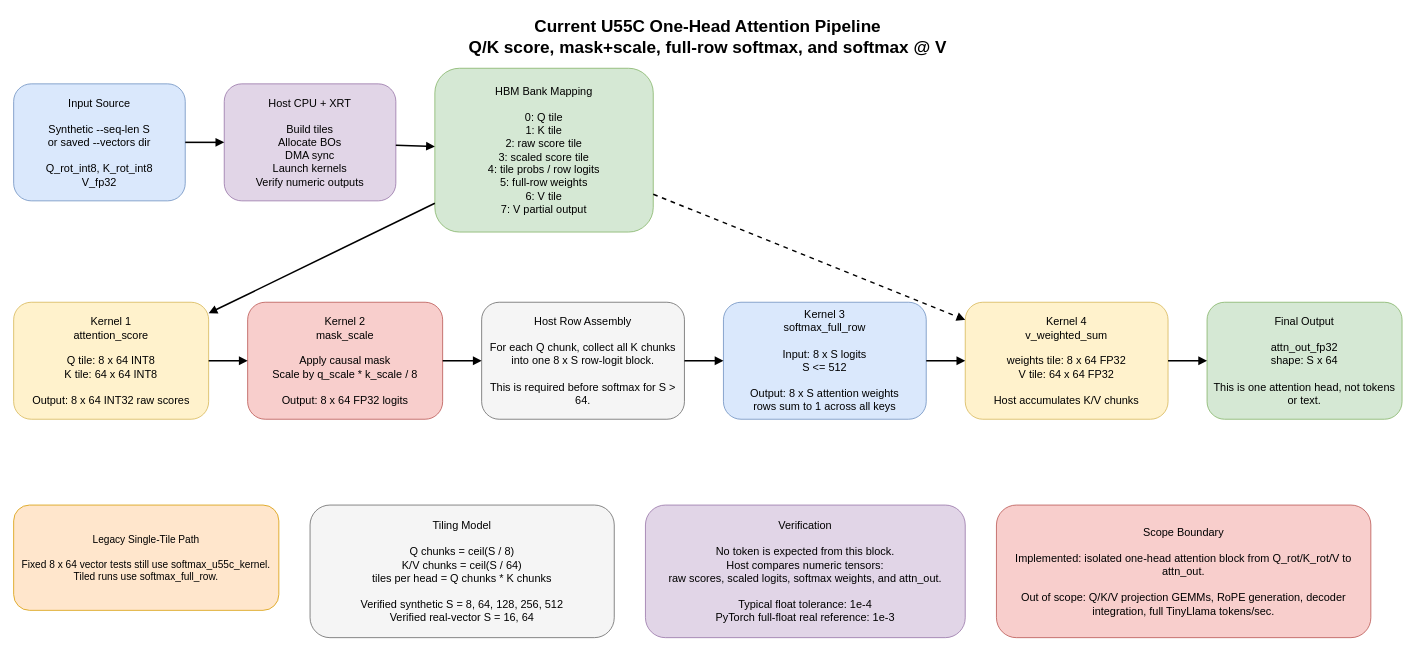
Earlier version of the draw.io diagram docs/attention_architecture.drawio (omsheladia/attention_score_u55c). Source tidied: cells renumbered, new cells numbered last; positions are measured from the earlier drawing's top-left corner, leaving out a move shared by most shapes. Both pictures are drawn from the tidied source at 78%, with x=0, y=0 at pixel (13, 13).
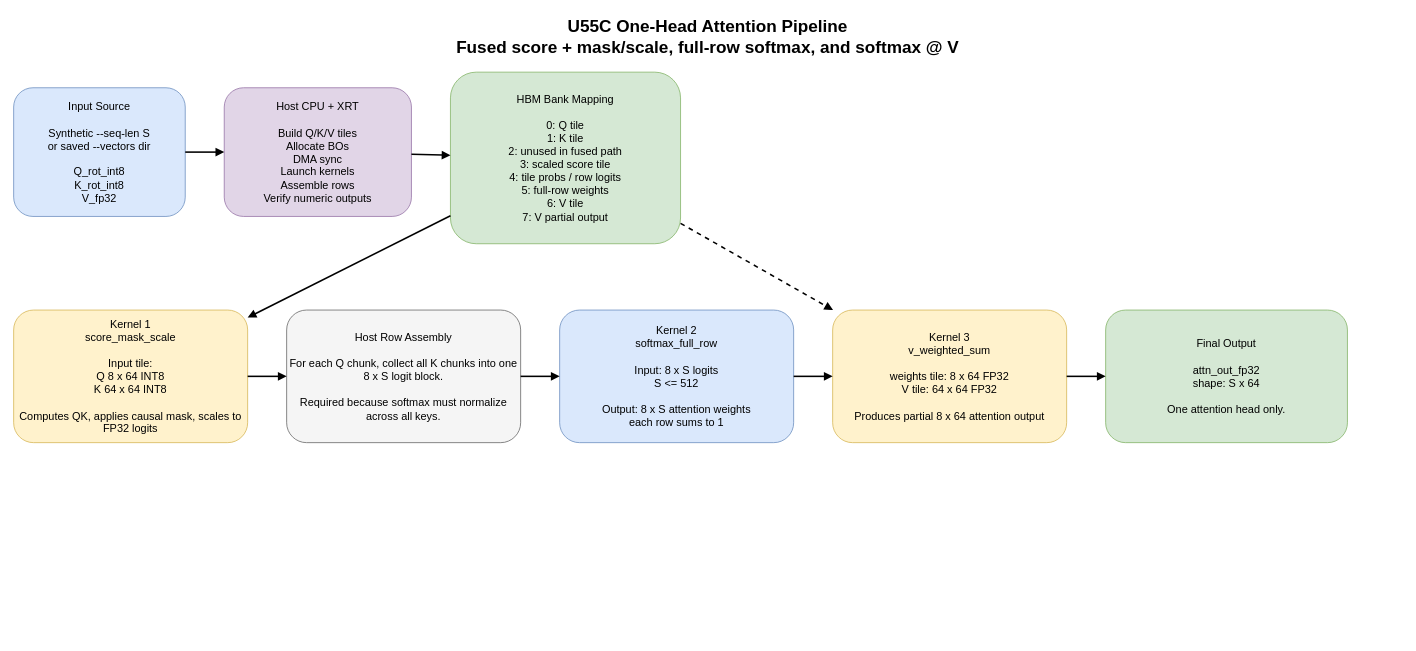
The same page after the edit.

Commit message (it also covers changes not shown here):
hls(v_weighted_sum): add multik kernel with on-chip V accumulator

Diff of the diagram source:
```diff
@@
-    <mxCell id="2" value="Current U55C One-Head Attention Pipeline&lt;br&gt;Q/K score, mask+scale, full-row softmax, and softmax @ V" style="rounded=0;whiteSpace=wrap;html=1;strokeColor=none;fillColor=none;fontSize=22;fontStyle=1;align=center;" parent="1" vertex="1">
+    <mxCell id="2" value="U55C One-Head Attention Pipeline&lt;br&gt;Fused score + mask/scale, full-row softmax, and softmax @ V" style="rounded=0;whiteSpace=wrap;html=1;strokeColor=none;fillColor=none;fontSize=22;fontStyle=1;align=center;" parent="1" vertex="1">
       <mxGeometry width="1780" height="60" as="geometry" />
     </mxCell>
-    <mxCell id="3" value="Input Source&lt;br&gt;&lt;br&gt;Synthetic --seq-len S&lt;br&gt;or saved --vectors dir&lt;br&gt;&lt;br&gt;Q_rot_int8, K_rot_int8&lt;br&gt;V_fp32" style="rounded=1;whiteSpace=wrap;html=1;fillColor=#dae8fc;strokeColor=#6c8ebf;fontSize=14;" parent="1" vertex="1">
-      <mxGeometry y="90" width="220" height="150" as="geometry" />
+    <mxCell id="3" value="Input Source&lt;br&gt;&lt;br&gt;Synthetic --seq-len S&lt;br&gt;or saved --vectors dir&lt;br&gt;&lt;br&gt;Q_rot_int8&lt;br&gt;K_rot_int8&lt;br&gt;V_fp32" style="rounded=1;whiteSpace=wrap;html=1;fillColor=#dae8fc;strokeColor=#6c8ebf;fontSize=14;" parent="1" vertex="1">
+      <mxGeometry y="95" width="220" height="165" as="geometry" />
     </mxCell>
-    <mxCell id="4" value="Host CPU + XRT&lt;br&gt;&lt;br&gt;Build tiles&lt;br&gt;Allocate BOs&lt;br&gt;DMA sync&lt;br&gt;Launch kernels&lt;br&gt;Verify numeric outputs" style="rounded=1;whiteSpace=wrap;html=1;fillColor=#e1d5e7;strokeColor=#9673a6;fontSize=14;" parent="1" vertex="1">
-      <mxGeometry x="270" y="90" width="220" height="150" as="geometry" />
+    <mxCell id="4" value="Host CPU + XRT&lt;br&gt;&lt;br&gt;Build Q/K/V tiles&lt;br&gt;Allocate BOs&lt;br&gt;DMA sync&lt;br&gt;Launch kernels&lt;br&gt;Assemble rows&lt;br&gt;Verify numeric outputs" style="rounded=1;whiteSpace=wrap;html=1;fillColor=#e1d5e7;strokeColor=#9673a6;fontSize=14;" parent="1" vertex="1">
+      <mxGeometry x="270" y="95" width="240" height="165" as="geometry" />
     </mxCell>
-    <mxCell id="5" value="HBM Bank Mapping&lt;br&gt;&lt;br&gt;0: Q tile&lt;br&gt;1: K tile&lt;br&gt;2: raw score tile&lt;br&gt;3: scaled score tile&lt;br&gt;4: tile probs / row logits&lt;br&gt;5: full-row weights&lt;br&gt;6: V tile&lt;br&gt;7: V partial output" style="rounded=1;whiteSpace=wrap;html=1;fillColor=#d5e8d4;strokeColor=#82b366;fontSize=14;" parent="1" vertex="1">
-      <mxGeometry x="540" y="70" width="280" height="210" as="geometry" />
+    <mxCell id="5" value="HBM Bank Mapping&lt;br&gt;&lt;br&gt;0: Q tile&lt;br&gt;1: K tile&lt;br&gt;2: unused in fused path&lt;br&gt;3: scaled score tile&lt;br&gt;4: tile probs / row logits&lt;br&gt;5: full-row weights&lt;br&gt;6: V tile&lt;br&gt;7: V partial output" style="rounded=1;whiteSpace=wrap;html=1;fillColor=#d5e8d4;strokeColor=#82b366;fontSize=14;" parent="1" vertex="1">
+      <mxGeometry x="560" y="75" width="295" height="220" as="geometry" />
     </mxCell>
-    <mxCell id="6" value="Kernel 1&lt;br&gt;attention_score&lt;br&gt;&lt;br&gt;Q tile: 8 x 64 INT8&lt;br&gt;K tile: 64 x 64 INT8&lt;br&gt;&lt;br&gt;Output: 8 x 64 INT32 raw scores" style="rounded=1;whiteSpace=wrap;html=1;fillColor=#fff2cc;strokeColor=#d6b656;fontSize=14;" parent="1" vertex="1">
-      <mxGeometry y="370" width="250" height="150" as="geometry" />
+    <mxCell id="6" value="Kernel 1&lt;br&gt;score_mask_scale&lt;br&gt;&lt;br&gt;Input tile:&lt;br&gt;Q 8 x 64 INT8&lt;br&gt;K 64 x 64 INT8&lt;br&gt;&lt;br&gt;Computes QK, applies causal mask, scales to FP32 logits" style="rounded=1;whiteSpace=wrap;html=1;fillColor=#fff2cc;strokeColor=#d6b656;fontSize=14;" parent="1" vertex="1">
+      <mxGeometry y="380" width="300" height="170" as="geometry" />
     </mxCell>
+    <mxCell id="8" value="Host Row Assembly&lt;br&gt;&lt;br&gt;For each Q chunk, collect all K chunks into one 8 x S logit block.&lt;br&gt;&lt;br&gt;Required because softmax must normalize across all keys." style="rounded=1;whiteSpace=wrap;html=1;fillColor=#f5f5f5;strokeColor=#666666;fontSize=14;" parent="1" vertex="1">
+      <mxGeometry x="350" y="380" width="300" height="170" as="geometry" />
+    </mxCell>
-    <mxCell id="7" value="Kernel 2&lt;br&gt;mask_scale&lt;br&gt;&lt;br&gt;Apply causal mask&lt;br&gt;Scale by q_scale * k_scale / 8&lt;br&gt;&lt;br&gt;Output: 8 x 64 FP32 logits" style="rounded=1;whiteSpace=wrap;html=1;fillColor=#f8cecc;strokeColor=#b85450;fontSize=14;" parent="1" vertex="1">
-      <mxGeometry x="300" y="370" width="250" height="150" as="geometry" />
+    <mxCell id="7" value="Kernel 2&lt;br&gt;softmax_full_row&lt;br&gt;&lt;br&gt;Input: 8 x S logits&lt;br&gt;S &lt;= 512&lt;br&gt;&lt;br&gt;Output: 8 x S attention weights&lt;br&gt;each row sums to 1" style="rounded=1;whiteSpace=wrap;html=1;fillColor=#dae8fc;strokeColor=#6c8ebf;fontSize=14;" parent="1" vertex="1">
+      <mxGeometry x="700" y="380" width="300" height="170" as="geometry" />
     </mxCell>
-    <mxCell id="8" value="Host Row Assembly&lt;br&gt;&lt;br&gt;For each Q chunk, collect all K chunks into one 8 x S row-logit block.&lt;br&gt;&lt;br&gt;This is required before softmax for S &gt; 64." style="rounded=1;whiteSpace=wrap;html=1;fillColor=#f5f5f5;strokeColor=#666666;fontSize=14;" parent="1" vertex="1">
-      <mxGeometry x="600" y="370" width="260" height="150" as="geometry" />
-    </mxCell>
-    <mxCell id="9" value="Kernel 3&lt;br&gt;softmax_full_row&lt;br&gt;&lt;br&gt;Input: 8 x S logits&lt;br&gt;S &lt;= 512&lt;br&gt;&lt;br&gt;Output: 8 x S attention weights&lt;br&gt;rows sum to 1 across all keys" style="rounded=1;whiteSpace=wrap;html=1;fillColor=#dae8fc;strokeColor=#6c8ebf;fontSize=14;" parent="1" vertex="1">
-      <mxGeometry x="910" y="370" width="260" height="150" as="geometry" />
+    <mxCell id="9" value="Kernel 3&lt;br&gt;v_weighted_sum&lt;br&gt;&lt;br&gt;weights tile: 8 x 64 FP32&lt;br&gt;V tile: 64 x 64 FP32&lt;br&gt;&lt;br&gt;Produces partial 8 x 64 attention output" style="rounded=1;whiteSpace=wrap;html=1;fillColor=#fff2cc;strokeColor=#d6b656;fontSize=14;" parent="1" vertex="1">
+      <mxGeometry x="1050" y="380" width="300" height="170" as="geometry" />
     </mxCell>
-    <mxCell id="10" value="Kernel 4&lt;br&gt;v_weighted_sum&lt;br&gt;&lt;br&gt;weights tile: 8 x 64 FP32&lt;br&gt;V tile: 64 x 64 FP32&lt;br&gt;&lt;br&gt;Host accumulates K/V chunks" style="rounded=1;whiteSpace=wrap;html=1;fillColor=#fff2cc;strokeColor=#d6b656;fontSize=14;" parent="1" vertex="1">
-      <mxGeometry x="1220" y="370" width="260" height="150" as="geometry" />
-    </mxCell>
-    <mxCell id="11" value="Final Output&lt;br&gt;&lt;br&gt;attn_out_fp32&lt;br&gt;shape: S x 64&lt;br&gt;&lt;br&gt;This is one attention head, not tokens or text." style="rounded=1;whiteSpace=wrap;html=1;fillColor=#d5e8d4;strokeColor=#82b366;fontSize=14;" parent="1" vertex="1">
-      <mxGeometry x="1530" y="370" width="250" height="150" as="geometry" />
+    <mxCell id="11" value="Final Output&lt;br&gt;&lt;br&gt;attn_out_fp32&lt;br&gt;shape: S x 64&lt;br&gt;&lt;br&gt;One attention head only." style="rounded=1;whiteSpace=wrap;html=1;fillColor=#d5e8d4;strokeColor=#82b366;fontSize=14;" parent="1" vertex="1">
+      <mxGeometry x="1400" y="380" width="310" height="170" as="geometry" />
     </mxCell>
-    <mxCell id="12" value="Legacy Single-Tile Path&lt;br&gt;&lt;br&gt;Fixed 8 x 64 vector tests still use softmax_u55c_kernel.&lt;br&gt;Tiled runs use softmax_full_row." style="rounded=1;whiteSpace=wrap;html=1;fillColor=#ffe6cc;strokeColor=#d79b00;fontSize=13;" parent="1" vertex="1">
-      <mxGeometry y="630" width="340" height="135" as="geometry" />
-    </mxCell>
-    <mxCell id="13" value="Tiling Model&lt;br&gt;&lt;br&gt;Q chunks = ceil(S / 8)&lt;br&gt;K/V chunks = ceil(S / 64)&lt;br&gt;tiles per head = Q chunks * K chunks&lt;br&gt;&lt;br&gt;Verified synthetic S = 8, 64, 128, 256, 512&lt;br&gt;Verified real-vector S = 16, 64" style="rounded=1;whiteSpace=wrap;html=1;fillColor=#f5f5f5;strokeColor=#666666;fontSize=14;" parent="1" vertex="1">
-      <mxGeometry x="380" y="630" width="390" height="170" as="geometry" />
-    </mxCell>
-    <mxCell id="14" value="Verification&lt;br&gt;&lt;br&gt;No token is expected from this block.&lt;br&gt;Host compares numeric tensors:&lt;br&gt;raw scores, scaled logits, softmax weights, and attn_out.&lt;br&gt;&lt;br&gt;Typical float tolerance: 1e-4&lt;br&gt;PyTorch full-float real reference: 1e-3" style="rounded=1;whiteSpace=wrap;html=1;fillColor=#e1d5e7;strokeColor=#9673a6;fontSize=14;" parent="1" vertex="1">
-      <mxGeometry x="810" y="630" width="410" height="170" as="geometry" />
-    </mxCell>
-    <mxCell id="15" value="Scope Boundary&lt;br&gt;&lt;br&gt;Implemented: isolated one-head attention block from Q_rot/K_rot/V to attn_out.&lt;br&gt;&lt;br&gt;Out of scope: Q/K/V projection GEMMs, RoPE generation, decoder integration, full TinyLlama tokens/sec." style="rounded=1;whiteSpace=wrap;html=1;fillColor=#f8cecc;strokeColor=#b85450;fontSize=14;" parent="1" vertex="1">
-      <mxGeometry x="1260" y="630" width="480" height="170" as="geometry" />
-    </mxCell>
@@
-    <mxCell id="19" style="endArrow=block;html=1;strokeWidth=2;" parent="1" edge="1" source="6" target="7">
+    <mxCell id="19" style="endArrow=block;html=1;strokeWidth=2;" parent="1" edge="1" source="6" target="8">
       <mxGeometry relative="1" as="geometry" />
     </mxCell>
-    <mxCell id="20" style="endArrow=block;html=1;strokeWidth=2;" parent="1" edge="1" source="7" target="8">
+    <mxCell id="20" style="endArrow=block;html=1;strokeWidth=2;" parent="1" edge="1" source="8" target="7">
       <mxGeometry relative="1" as="geometry" />
     </mxCell>
-    <mxCell id="21" style="endArrow=block;html=1;strokeWidth=2;" parent="1" edge="1" source="8" target="9">
+    <mxCell id="21" style="endArrow=block;html=1;strokeWidth=2;" parent="1" edge="1" source="7" target="9">
       <mxGeometry relative="1" as="geometry" />
     </mxCell>
-    <mxCell id="22" style="endArrow=block;html=1;strokeWidth=2;" parent="1" edge="1" source="9" target="10">
+    <mxCell id="22" style="endArrow=block;html=1;strokeWidth=2;" parent="1" edge="1" source="9" target="11">
       <mxGeometry relative="1" as="geometry" />
     </mxCell>
-    <mxCell id="23" style="endArrow=block;html=1;strokeWidth=2;" parent="1" edge="1" source="10" target="11">
+    <mxCell id="23" style="endArrow=block;html=1;strokeWidth=2;dashed=1;" parent="1" edge="1" source="5" target="9">
       <mxGeometry relative="1" as="geometry" />
     </mxCell>
-    <mxCell id="24" style="endArrow=block;html=1;strokeWidth=2;dashed=1;" parent="1" edge="1" source="5" target="10">
-      <mxGeometry relative="1" as="geometry" />
-    </mxCell>
```
